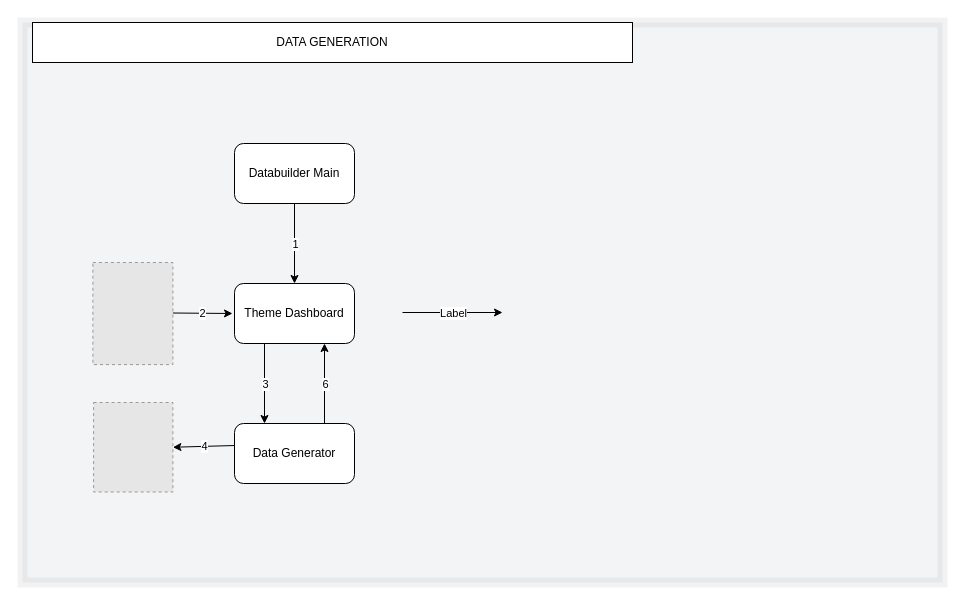
Above: OutputImages/Untitled Diagram.drawio in dilipkn007/3rd_SEM_CSE_LAB (draw.io), before the change. Source tidied: cells renumbered, new cells numbered last; positions are measured from the earlier drawing's top-left corner, leaving out a move shared by most shapes. Both pictures are drawn from the tidied source at 100%, with x=0, y=0 at pixel (22, 22). Pictures stored in the file or linked from it are replaced by grey dashed boxes.
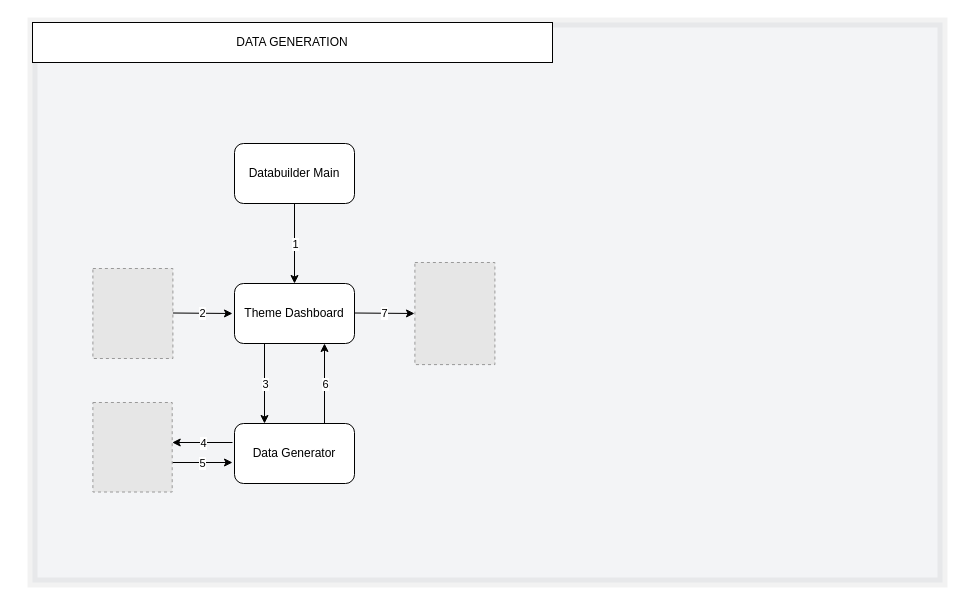
After the change.

Unchanged cells that the change refers to:
```xml
<mxCell id="6" value="Data Generator" style="whiteSpace=wrap;html=1;rounded=1;" parent="1" vertex="1">
  <mxGeometry x="212" y="401" width="120" height="60" as="geometry" />
</mxCell>
```

Change to the diagram source:
```diff
@@
     <mxCell id="2" style="rounded=0;whiteSpace=wrap;html=1;fillColor=#1e3050;opacity=5;strokeWidth=10;strokeColor=#000000;" parent="1" vertex="1">
-      <mxGeometry width="920" height="560" as="geometry" />
+      <mxGeometry x="10" width="910" height="560" as="geometry" />
     </mxCell>
     <mxCell id="3" value="DATA GENERATION" style="rounded=0;whiteSpace=wrap;html=1;" parent="1" vertex="1">
-      <mxGeometry x="10" width="600" height="40" as="geometry" />
+      <mxGeometry x="10" width="520" height="40" as="geometry" />
     </mxCell>
@@
     <mxCell id="7" style="endArrow=classic;html=1;rounded=0;" parent="1" edge="1">
       <mxGeometry relative="1" as="geometry">
-        <mxPoint x="380" y="290" as="sourcePoint" />
-        <mxPoint x="480" y="290" as="targetPoint" />
+        <mxPoint x="149.7" y="440" as="sourcePoint" />
+        <mxPoint x="210" y="440" as="targetPoint" />
       </mxGeometry>
     </mxCell>
-    <mxCell id="8" value="Label" style="edgeLabel;html=1;align=center;verticalAlign=middle;" parent="7" vertex="1">
+    <mxCell id="8" value="&lt;div&gt;5&lt;/div&gt;" style="edgeLabel;html=1;align=center;verticalAlign=middle;" parent="7" vertex="1">
       <mxGeometry relative="1" as="geometry" />
     </mxCell>
-    <mxCell id="9" style="endArrow=classic;html=1;rounded=0;entryX=1;entryY=0.5;entryDx=0;entryDy=0;exitX=0;exitY=0.367;exitDx=0;exitDy=0;exitPerimeter=0;" parent="1" edge="1" source="6" target="19">
-      <mxGeometry relative="1" as="geometry" />
+    <mxCell id="9" style="endArrow=classic;html=1;rounded=0;" parent="1" edge="1">
+      <mxGeometry relative="1" as="geometry">
+        <mxPoint x="210" y="420" as="sourcePoint" />
+        <mxPoint x="149.7" y="420" as="targetPoint" />
+      </mxGeometry>
     </mxCell>
@@
     <mxCell id="19" style="fillColor=#E6E6E6;strokeColor=#999999;dashed=1;verticalLabelPosition=bottom;labelBackgroundColor=#ffffff;verticalAlign=top;" parent="1" vertex="1">
-      <mxGeometry x="71.1" y="380" width="79.3" height="89.5" as="geometry" />
+      <mxGeometry x="70.4" y="380" width="79.3" height="89.5" as="geometry" />
     </mxCell>
     <mxCell id="20" style="fillColor=#E6E6E6;strokeColor=#999999;dashed=1;verticalLabelPosition=bottom;labelBackgroundColor=#ffffff;verticalAlign=top;" parent="1" vertex="1">
-      <mxGeometry x="70.4" y="240" width="80" height="102.1" as="geometry" />
+      <mxGeometry x="392.4" y="240" width="80" height="102.1" as="geometry" />
     </mxCell>
+    <mxCell id="21" style="fillColor=#E6E6E6;strokeColor=#999999;dashed=1;verticalLabelPosition=bottom;labelBackgroundColor=#ffffff;verticalAlign=top;" parent="1" vertex="1">
+      <mxGeometry x="70.4" y="246" width="80" height="90" as="geometry" />
+    </mxCell>
+    <mxCell id="22" style="endArrow=classic;html=1;rounded=0;" parent="1" edge="1">
+      <mxGeometry relative="1" as="geometry">
+        <mxPoint x="332" y="290.5" as="sourcePoint" />
+        <mxPoint x="392" y="291" as="targetPoint" />
+      </mxGeometry>
+    </mxCell>
+    <mxCell id="23" value="7" style="edgeLabel;html=1;align=center;verticalAlign=middle;" parent="22" vertex="1">
+      <mxGeometry relative="1" as="geometry" />
+    </mxCell>
```
